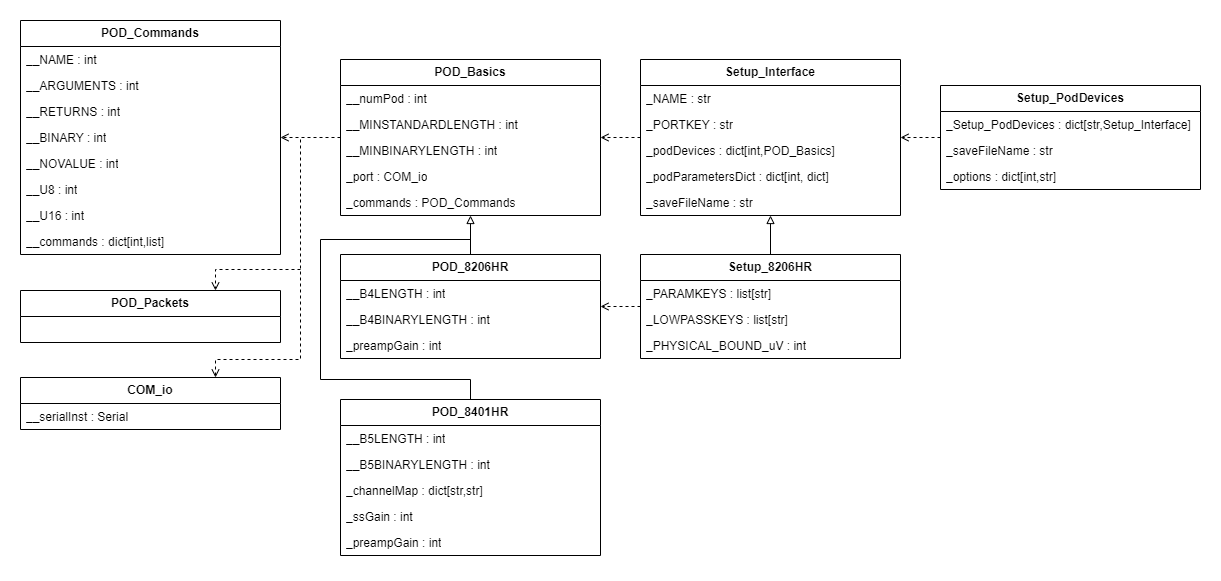
The draw.io diagram Documents/UML-class-diagram.png in Pinnacle-Technology-Inc/Morelia, before a commit. Source tidied: cells renumbered, new cells last; positions are measured from the earlier drawing's top-left corner, leaving out a move shared by most shapes.
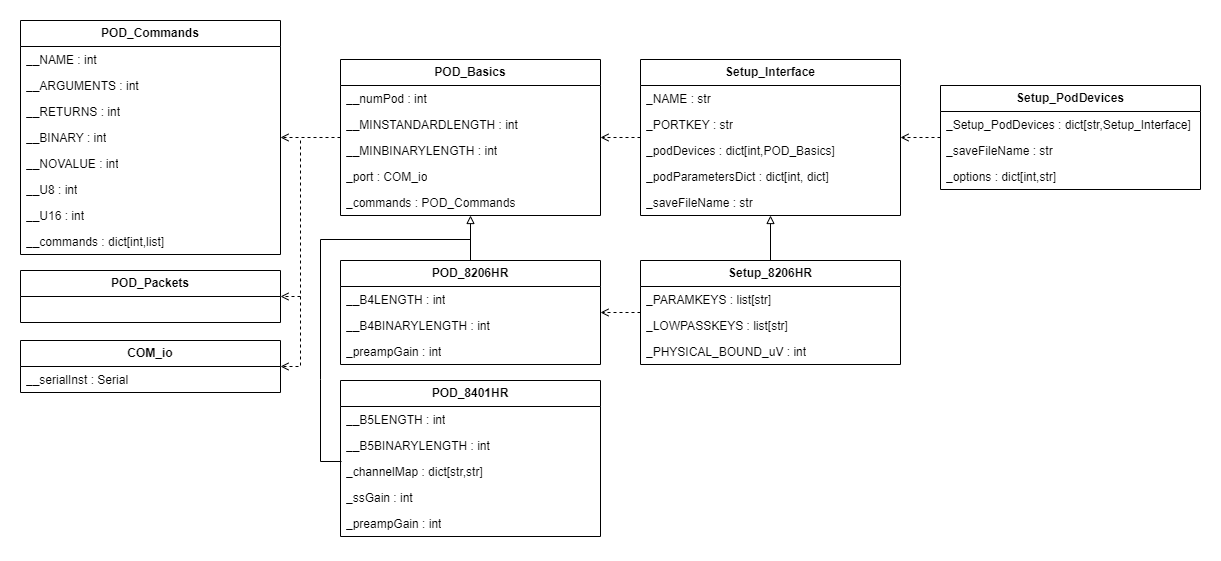
After the change.

Commit message:
[PA-18] update class diagram

What changed in the source:
```diff
@@ -1,10 +1,10 @@
-<mxGraphModel background="#FFFFFF">
+<mxGraphModel>
   <root>
     <mxCell id="0" />
     <mxCell id="1" parent="0" />
-    <mxCell id="2" style="rounded=0;whiteSpace=wrap;html=1;strokeColor=#FFFFFF;" parent="1" vertex="1">
-      <mxGeometry width="1220" height="580" as="geometry" />
-    </mxCell>
+    <mxCell id="54" style="rounded=0;whiteSpace=wrap;html=1;strokeColor=#FFFFFF;" parent="1" vertex="1">
+      <mxGeometry width="1220" height="560" as="geometry" />
+    </mxCell>
     <mxCell id="3" value="POD_Basics" style="swimlane;fontStyle=1;horizontal=1;startSize=26;fillColor=none;whiteSpace=wrap;html=1;" parent="1" vertex="1">
       <mxGeometry x="340" y="59" width="260" height="156" as="geometry" />
     </mxCell>
@@ -51,7 +51,7 @@
       <mxGeometry y="208" width="260" height="26" as="geometry" />
     </mxCell>
     <mxCell id="18" value="&lt;b&gt;POD_8401HR&lt;/b&gt;" style="swimlane;fontStyle=0;horizontal=1;startSize=26;fillColor=none;whiteSpace=wrap;html=1;" parent="1" vertex="1">
-      <mxGeometry x="340" y="399" width="260" height="156" as="geometry" />
+      <mxGeometry x="340" y="380" width="260" height="156" as="geometry" />
     </mxCell>
     <mxCell id="19" value="__B5LENGTH : int" style="text;strokeColor=none;fillColor=none;align=left;verticalAlign=top;spacingLeft=4;spacingRight=4;overflow=hidden;whiteSpace=wrap;html=1;shadow=1;" parent="18" vertex="1">
       <mxGeometry y="26" width="260" height="26" as="geometry" />
@@ -69,16 +69,16 @@
       <mxGeometry y="130" width="260" height="26" as="geometry" />
     </mxCell>
     <mxCell id="24" value="&lt;b&gt;POD_Packets&lt;/b&gt;" style="swimlane;fontStyle=0;horizontal=1;startSize=26;fillColor=none;whiteSpace=wrap;html=1;" parent="1" vertex="1">
-      <mxGeometry x="20" y="290" width="260" height="52" as="geometry" />
+      <mxGeometry x="20" y="270" width="260" height="52" as="geometry" />
     </mxCell>
     <mxCell id="25" value="&lt;b&gt;COM_io&lt;/b&gt;" style="swimlane;fontStyle=0;horizontal=1;startSize=26;fillColor=none;whiteSpace=wrap;html=1;" parent="1" vertex="1">
-      <mxGeometry x="20" y="377" width="260" height="52" as="geometry" />
+      <mxGeometry x="20" y="340" width="260" height="52" as="geometry" />
     </mxCell>
     <mxCell id="26" value="__serialInst :&amp;nbsp;Serial" style="text;strokeColor=none;fillColor=none;align=left;verticalAlign=top;spacingLeft=4;spacingRight=4;overflow=hidden;whiteSpace=wrap;html=1;shadow=1;" parent="25" vertex="1">
       <mxGeometry y="26" width="260" height="26" as="geometry" />
     </mxCell>
     <mxCell id="27" value="Setup_8206HR" style="swimlane;fontStyle=1;horizontal=1;startSize=26;fillColor=none;whiteSpace=wrap;html=1;" parent="1" vertex="1">
-      <mxGeometry x="640" y="254" width="260" height="104" as="geometry" />
+      <mxGeometry x="640" y="260" width="260" height="104" as="geometry" />
     </mxCell>
     <mxCell id="28" value="_PARAMKEYS : list[str]" style="text;strokeColor=none;fillColor=none;align=left;verticalAlign=top;spacingLeft=4;spacingRight=4;overflow=hidden;whiteSpace=wrap;html=1;shadow=1;" parent="27" vertex="1">
       <mxGeometry y="26" width="260" height="26" as="geometry" />
@@ -119,36 +119,36 @@
     <mxCell id="40" value="_saveFileName : str" style="text;strokeColor=none;fillColor=none;align=left;verticalAlign=top;spacingLeft=4;spacingRight=4;overflow=hidden;whiteSpace=wrap;html=1;" parent="35" vertex="1">
       <mxGeometry y="130" width="260" height="26" as="geometry" />
     </mxCell>
-    <mxCell id="41" style="endArrow=block;html=1;rounded=0;endFill=0;fillColor=none;" parent="1" edge="1" source="27" target="35">
+    <mxCell id="41" style="endArrow=block;html=1;rounded=0;endFill=0;" parent="1" edge="1" source="27" target="35">
       <mxGeometry relative="1" as="geometry" />
     </mxCell>
-    <mxCell id="42" style="endArrow=open;html=1;rounded=0;dashed=1;endFill=0;fillColor=none;" parent="1" edge="1" source="31" target="35">
+    <mxCell id="42" style="endArrow=open;html=1;rounded=0;dashed=1;endFill=0;" parent="1" edge="1" source="31" target="35">
       <mxGeometry relative="1" as="geometry" />
     </mxCell>
-    <mxCell id="43" style="endArrow=block;html=1;rounded=0;endFill=0;exitX=0.5;exitY=0;exitDx=0;exitDy=0;fillColor=none;" parent="1" edge="1" source="48" target="3">
+    <mxCell id="43" style="endArrow=block;html=1;rounded=0;endFill=0;exitX=0.5;exitY=0;exitDx=0;exitDy=0;" parent="1" edge="1" source="48" target="3">
       <mxGeometry relative="1" as="geometry" />
     </mxCell>
-    <mxCell id="44" style="endArrow=open;html=1;rounded=0;dashed=1;endFill=0;fillColor=none;" parent="1" edge="1" source="35" target="3">
+    <mxCell id="44" style="endArrow=open;html=1;rounded=0;dashed=1;endFill=0;" parent="1" edge="1" source="35" target="3">
       <mxGeometry relative="1" as="geometry" />
     </mxCell>
-    <mxCell id="45" style="endArrow=open;html=1;rounded=0;dashed=1;endFill=0;fillColor=none;" parent="1" edge="1" source="27" target="48">
+    <mxCell id="45" style="endArrow=open;html=1;rounded=0;dashed=1;endFill=0;" parent="1" edge="1" source="27" target="48">
       <mxGeometry relative="1" as="geometry" />
     </mxCell>
-    <mxCell id="46" style="endArrow=open;html=1;rounded=0;dashed=1;endFill=0;fillColor=none;" parent="1" edge="1" source="3" target="9">
+    <mxCell id="46" style="endArrow=open;html=1;rounded=0;dashed=1;endFill=0;" parent="1" edge="1" source="3" target="9">
       <mxGeometry relative="1" as="geometry" />
     </mxCell>
-    <mxCell id="47" style="endArrow=none;html=1;rounded=0;endFill=0;exitX=0.5;exitY=0;exitDx=0;exitDy=0;fillColor=none;" parent="1" edge="1" source="18">
+    <mxCell id="47" style="endArrow=none;html=1;rounded=0;endFill=0;exitX=0.004;exitY=1.115;exitDx=0;exitDy=0;exitPerimeter=0;" parent="1" edge="1" source="20">
       <mxGeometry relative="1" as="geometry">
         <mxPoint x="470" y="239" as="targetPoint" />
         <Array as="points">
-          <mxPoint x="470" y="379" />
+          <mxPoint x="320" y="461" />
           <mxPoint x="320" y="379" />
           <mxPoint x="320" y="239" />
         </Array>
       </mxGeometry>
     </mxCell>
     <mxCell id="48" value="POD_8206HR" style="swimlane;fontStyle=1;horizontal=1;startSize=26;fillColor=none;whiteSpace=wrap;html=1;" parent="1" vertex="1">
-      <mxGeometry x="340" y="254" width="260" height="104" as="geometry" />
+      <mxGeometry x="340" y="260" width="260" height="104" as="geometry" />
     </mxCell>
     <mxCell id="49" value="__B4LENGTH : int" style="text;strokeColor=none;fillColor=none;align=left;verticalAlign=top;spacingLeft=4;spacingRight=4;overflow=hidden;whiteSpace=wrap;html=1;shadow=1;" parent="48" vertex="1">
       <mxGeometry y="26" width="260" height="26" as="geometry" />
@@ -159,22 +159,18 @@
     <mxCell id="51" value="_preampGain : int" style="text;strokeColor=none;fillColor=none;align=left;verticalAlign=top;spacingLeft=4;spacingRight=4;overflow=hidden;whiteSpace=wrap;html=1;" parent="48" vertex="1">
       <mxGeometry y="78" width="260" height="26" as="geometry" />
     </mxCell>
-    <mxCell id="52" style="endArrow=open;html=1;rounded=0;dashed=1;endFill=0;entryX=0.75;entryY=0;entryDx=0;entryDy=0;fillColor=none;" parent="1" edge="1" target="25">
-      <mxGeometry relative="1" as="geometry">
-        <mxPoint x="300" y="139" as="sourcePoint" />
-        <Array as="points">
-          <mxPoint x="300" y="359" />
-          <mxPoint x="215" y="359" />
-        </Array>
-      </mxGeometry>
-    </mxCell>
-    <mxCell id="53" style="endArrow=open;html=1;rounded=0;dashed=1;endFill=0;entryX=0.75;entryY=0;entryDx=0;entryDy=0;fillColor=none;" parent="1" edge="1" target="24">
-      <mxGeometry relative="1" as="geometry">
-        <mxPoint x="300" y="269" as="sourcePoint" />
-        <Array as="points">
-          <mxPoint x="215" y="269" />
-        </Array>
-      </mxGeometry>
-    </mxCell>
+    <mxCell id="55" style="endArrow=open;html=1;rounded=0;dashed=1;endFill=0;entryX=1;entryY=0.5;entryDx=0;entryDy=0;" parent="1" edge="1" target="25">
+      <mxGeometry relative="1" as="geometry">
+        <mxPoint x="300" y="140" as="sourcePoint" />
+        <Array as="points">
+          <mxPoint x="300" y="366" />
+        </Array>
+      </mxGeometry>
+    </mxCell>
+    <mxCell id="56" style="endArrow=open;html=1;rounded=0;dashed=1;endFill=0;entryX=1;entryY=0.5;entryDx=0;entryDy=0;" parent="1" edge="1" target="24">
+      <mxGeometry relative="1" as="geometry">
+        <mxPoint x="300" y="296" as="sourcePoint" />
+      </mxGeometry>
+    </mxCell>
   </root>
 </mxGraphModel>
```
